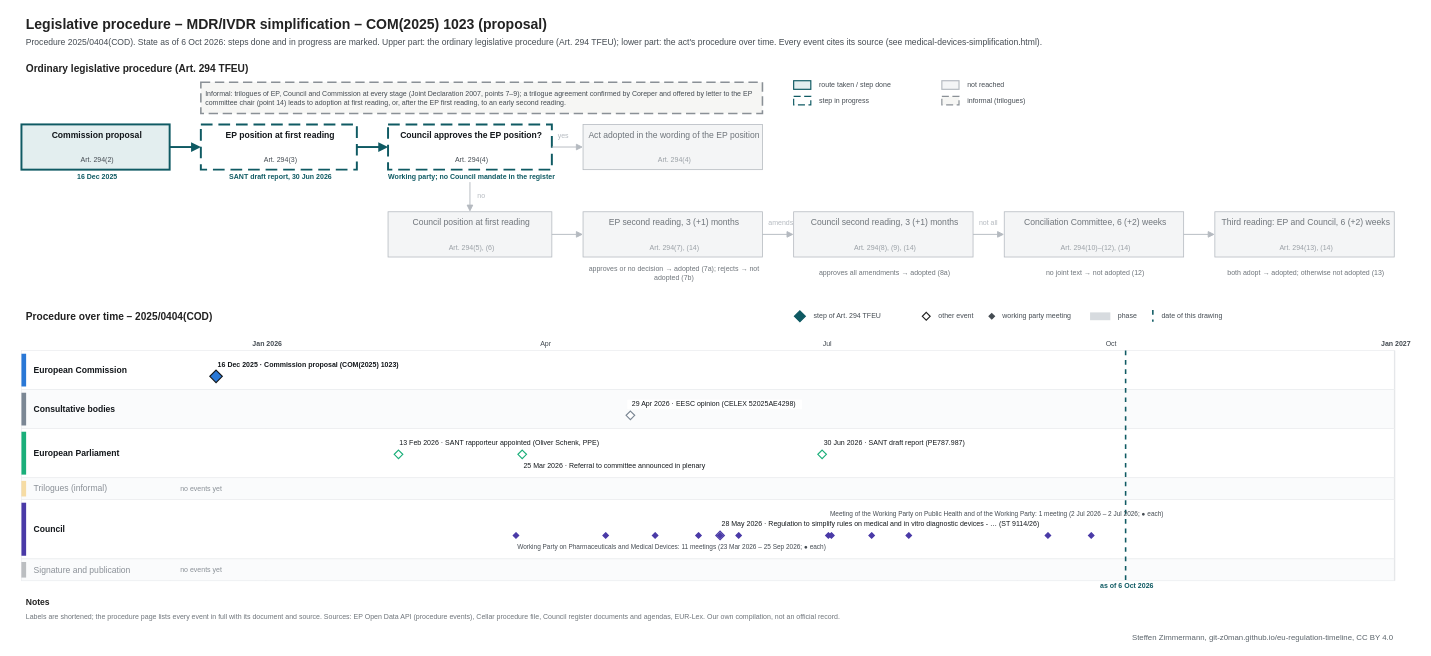
The draw.io diagram procedures/medical-devices-simplification.drawio in git-z0man/eu-regulation-timeline, before the edit. Source tidied: cells renumbered, new cells numbered last; positions are measured from the earlier drawing's top-left corner, leaving out a move shared by most shapes. Both pictures are drawn from the tidied source at 78%, with x=0, y=0 at pixel (13, 13).
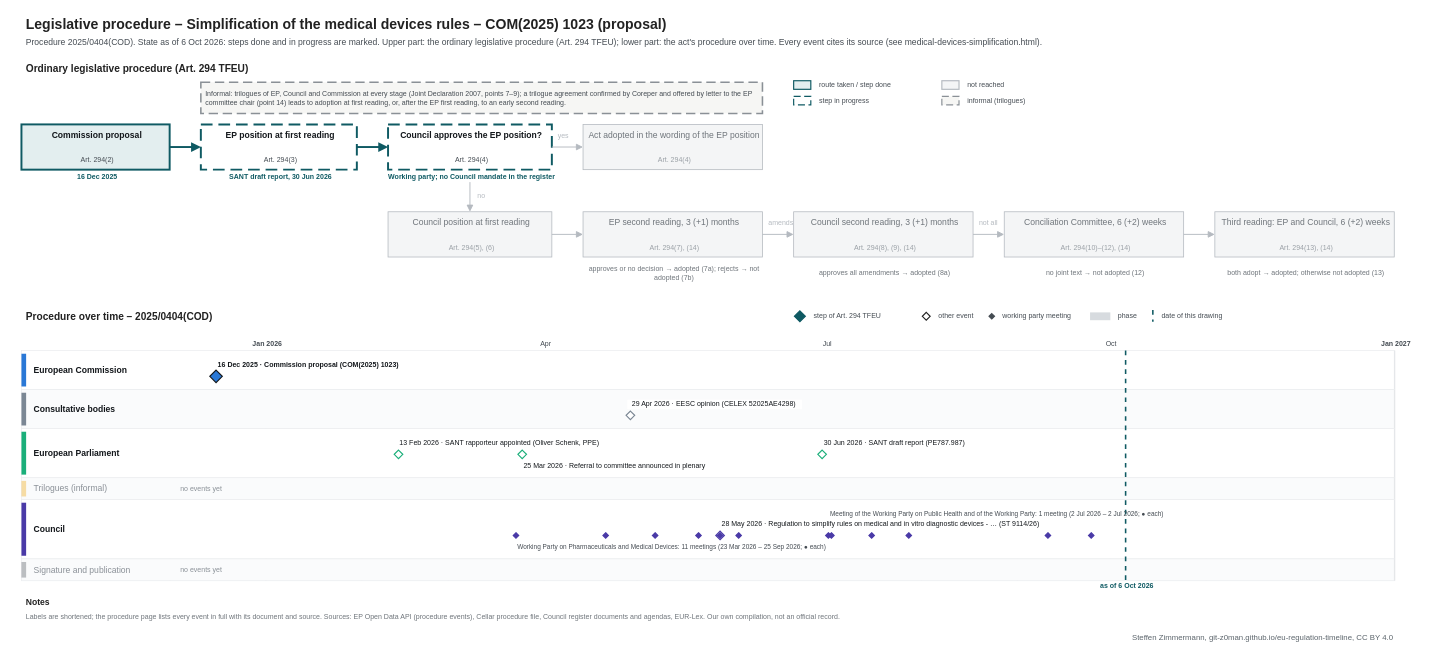
The same diagram, later.

Change to the diagram source:
```diff
@@
-    <mxCell id="2" value="Legislative procedure – MDR/IVDR simplification – COM(2025) 1023 (proposal)" style="text;html=1;fontSize=18;fontColor=#222222;align=left;verticalAlign=middle;spacingLeft=4;fontStyle=1;" parent="1" vertex="1">
+    <mxCell id="2" value="Legislative procedure – Simplification of the medical devices rules – COM(2025) 1023 (proposal)" style="text;html=1;fontSize=18;fontColor=#222222;align=left;verticalAlign=middle;spacingLeft=4;fontStyle=1;" parent="1" vertex="1">
       <mxGeometry x="10" width="1600" height="28" as="geometry" />
     </mxCell>
```
